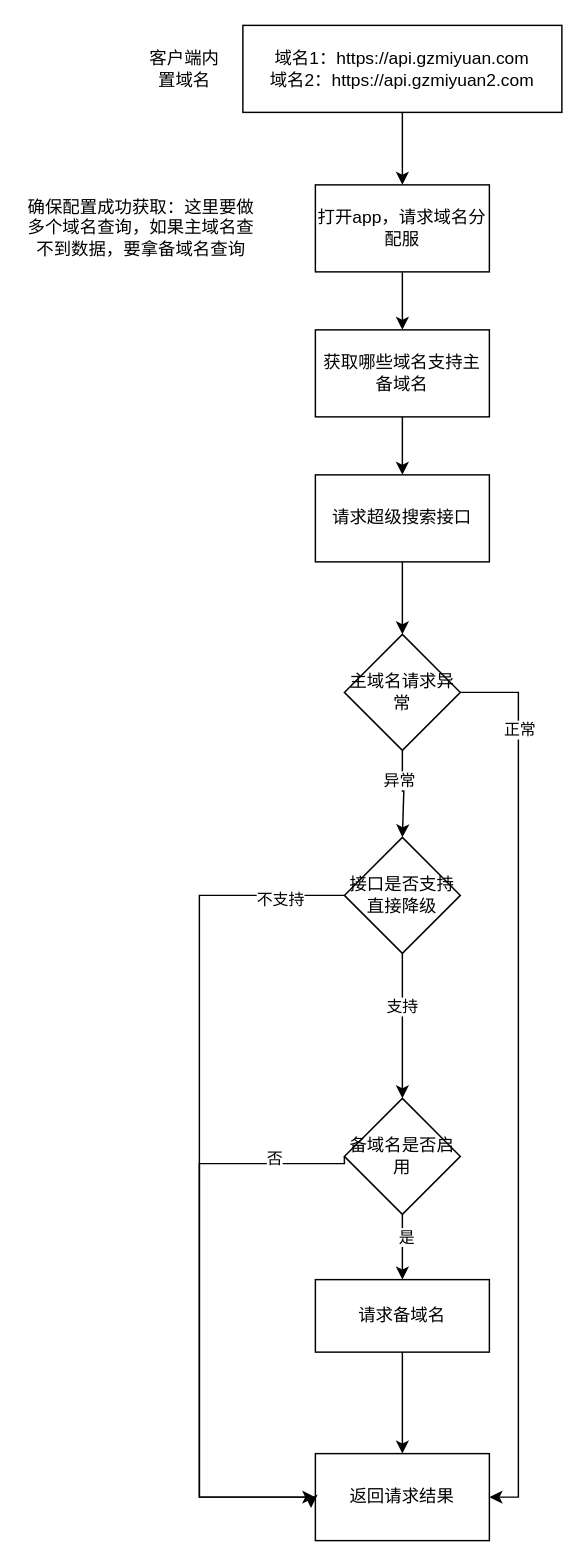
This is page "第 1 页" (1 of 4) of 用户维度获取主备域名.drawio from smallleaf/draw.io, a draw.io file, before an edit. Source tidied: cells renumbered, new cells numbered last; positions are measured from the earlier drawing's top-left corner, leaving out a move shared by most shapes. Both pictures are drawn from the tidied source at 145%, with x=0, y=0 at pixel (25, 25).
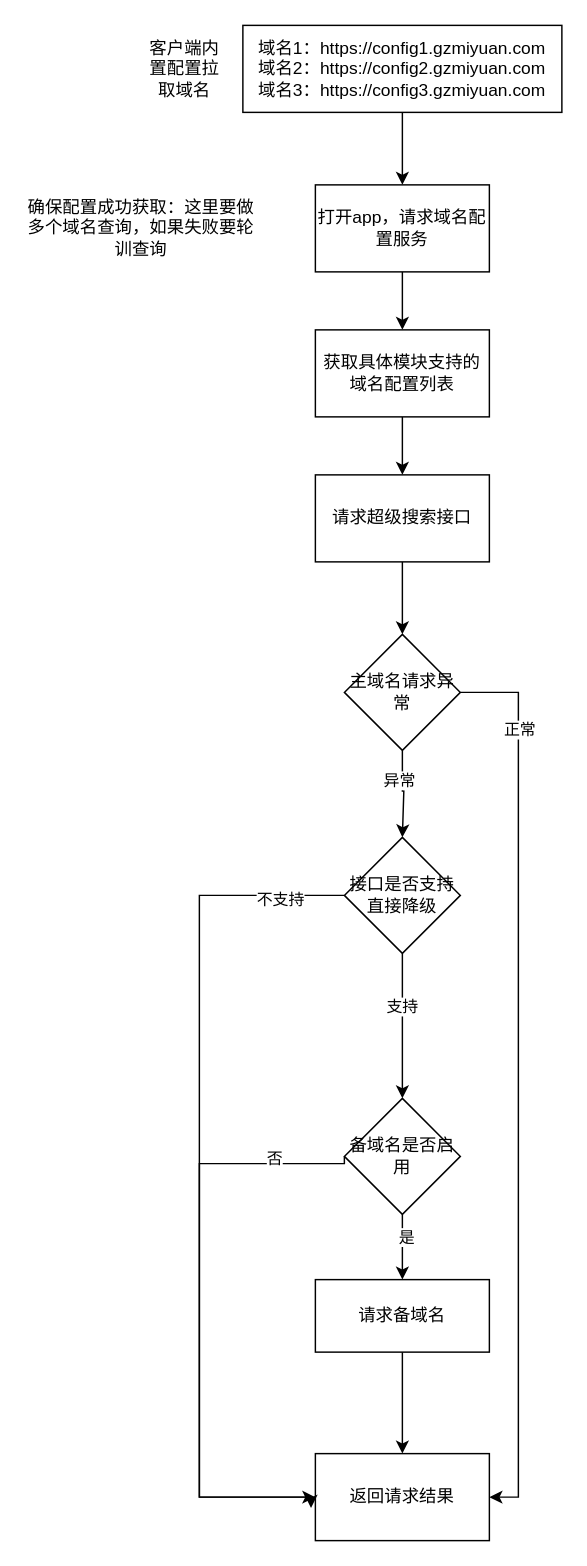
After the change.

Diff of the diagram source:
```diff
@@
-    <mxCell id="3" value="&lt;span style=&quot;text-wrap: nowrap;&quot;&gt;域名1：https://api.gzmiyuan.com&lt;/span&gt;&lt;div style=&quot;text-wrap: nowrap;&quot;&gt;域名2：https://api.gzmiyuan2.com&lt;/div&gt;" style="rounded=0;whiteSpace=wrap;html=1;" parent="1" vertex="1">
+    <mxCell id="3" value="&lt;span style=&quot;text-wrap: nowrap;&quot;&gt;域名1：https://config1.gzmiyuan.com&lt;/span&gt;&lt;div style=&quot;text-wrap: nowrap;&quot;&gt;域名2：https://config2.gzmiyuan.com&lt;/div&gt;&lt;div style=&quot;text-wrap: nowrap;&quot;&gt;域名3：https://config3.gzmiyuan.com&lt;br&gt;&lt;/div&gt;" style="rounded=0;whiteSpace=wrap;html=1;" parent="1" vertex="1">
       <mxGeometry x="150" width="220" height="60" as="geometry" />
     </mxCell>
-    <mxCell id="4" value="客户端内置域名" style="text;html=1;align=center;verticalAlign=middle;whiteSpace=wrap;rounded=0;" parent="1" vertex="1">
+    <mxCell id="4" value="客户端内置配置拉取域名" style="text;html=1;align=center;verticalAlign=middle;whiteSpace=wrap;rounded=0;" parent="1" vertex="1">
       <mxGeometry x="80" y="17.5" width="60" height="25" as="geometry" />
     </mxCell>
@@
-    <mxCell id="14" value="打开app，请求域名分配服" style="rounded=0;whiteSpace=wrap;html=1;" parent="1" vertex="1">
+    <mxCell id="14" value="打开app，请求域名配置服务" style="rounded=0;whiteSpace=wrap;html=1;" parent="1" vertex="1">
       <mxGeometry x="200" y="110" width="120" height="60" as="geometry" />
     </mxCell>
@@
-    <mxCell id="22" value="确保配置成功获取：这里要做多个域名查询，如果主域名查不到数据，要拿备域名查询" style="text;html=1;align=center;verticalAlign=middle;whiteSpace=wrap;rounded=0;" parent="1" vertex="1">
+    <mxCell id="22" value="确保配置成功获取：这里要做多个域名查询，如果失败要轮训查询" style="text;html=1;align=center;verticalAlign=middle;whiteSpace=wrap;rounded=0;" parent="1" vertex="1">
       <mxGeometry y="110" width="160" height="60" as="geometry" />
     </mxCell>
@@
-    <mxCell id="24" value="获取哪些域名支持主备域名" style="rounded=0;whiteSpace=wrap;html=1;" parent="1" vertex="1">
+    <mxCell id="24" value="获取具体模块支持的域名配置列表" style="rounded=0;whiteSpace=wrap;html=1;" parent="1" vertex="1">
       <mxGeometry x="200" y="210" width="120" height="60" as="geometry" />
     </mxCell>
```
